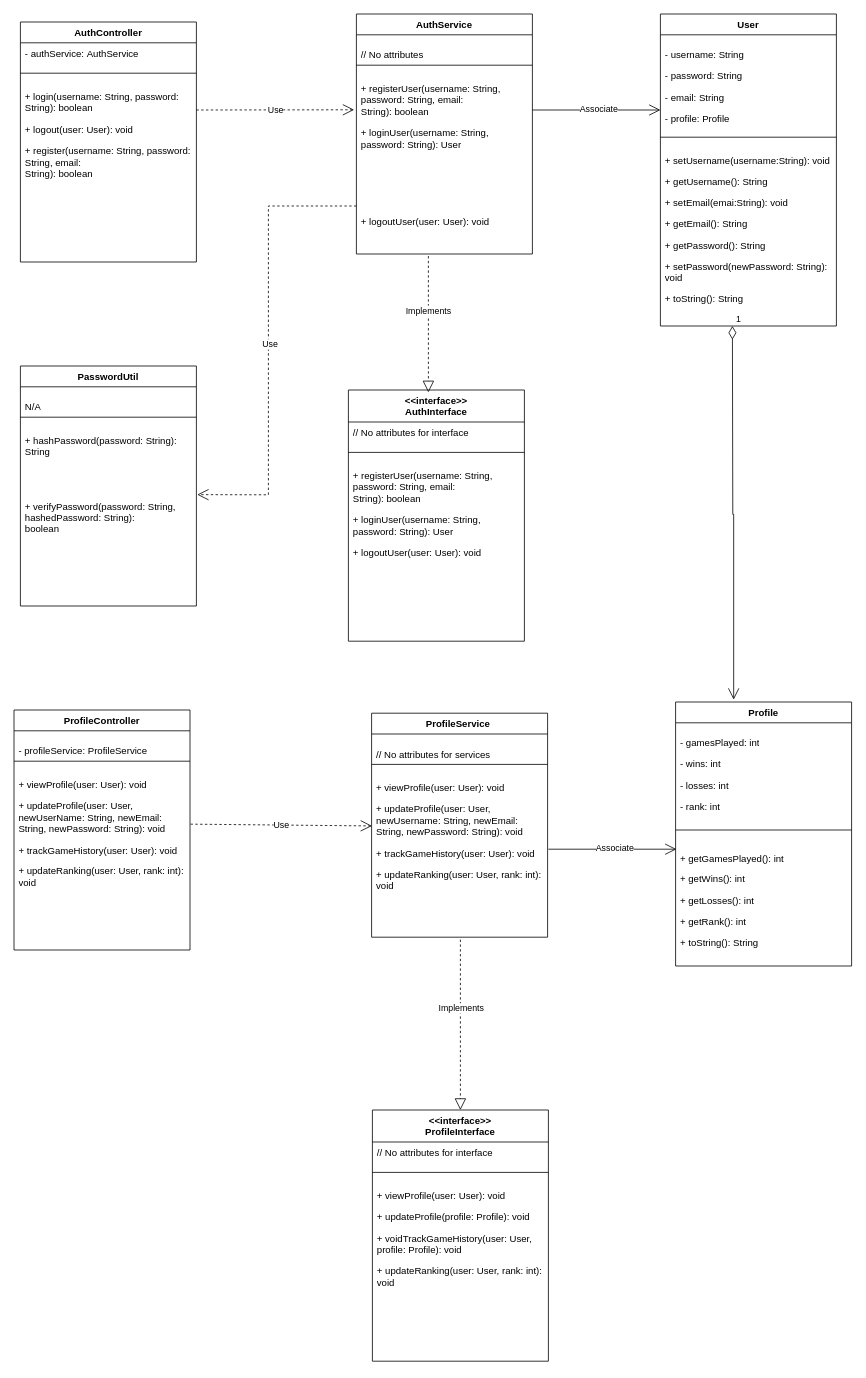
aeMyst/Minigame-Portal keeps this draw.io diagram as src/ca/ucalgary/seng300/Authentication/Authentication_Class_Diagram.drawio. Above is the earlier version. Source tidied: cells renumbered, new cells numbered last; positions are measured from the earlier drawing's top-left corner, leaving out a move shared by most shapes. Both pictures are drawn from the tidied source at 80%, with x=0, y=0 at pixel (14, 14).
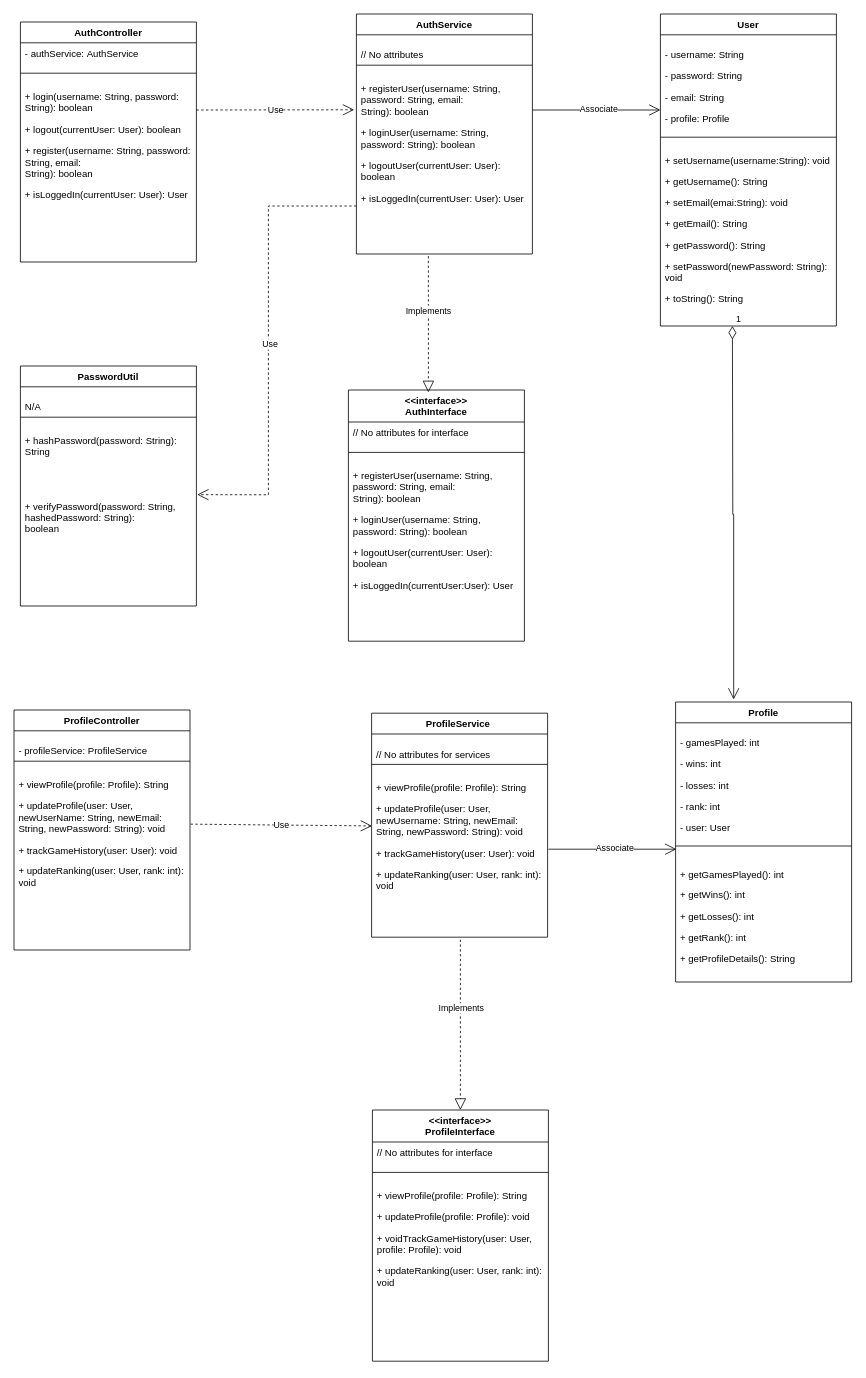
The same diagram, later.

Commit message (it also covers changes not shown here):
Fixed some code logic and updated the diagram to reflect the code

The change refers to these unchanged cells:
```xml
<mxCell id="2" value="AuthController" style="swimlane;fontStyle=1;align=center;verticalAlign=top;horizontal=1;startSize=26;whiteSpace=wrap;html=1;" parent="1" vertex="1">
  <mxGeometry x="8" y="10" width="220" height="300" as="geometry" />
</mxCell>
<mxCell id="6" value="ProfileController" style="swimlane;fontStyle=1;align=center;verticalAlign=top;horizontal=1;startSize=26;whiteSpace=wrap;html=1;" parent="1" vertex="1">
  <mxGeometry y="870" width="220" height="300" as="geometry" />
</mxCell>
<mxCell id="10" value="&lt;div&gt;&amp;lt;&amp;lt;interface&amp;gt;&amp;gt;&lt;/div&gt;AuthInterface" style="swimlane;fontStyle=1;align=center;verticalAlign=top;horizontal=1;startSize=40;whiteSpace=wrap;html=1;" parent="1" vertex="1">
  <mxGeometry x="418" y="470" width="220" height="314" as="geometry" />
</mxCell>
<mxCell id="14" value="&lt;div&gt;&amp;lt;&amp;lt;interface&amp;gt;&amp;gt;&lt;/div&gt;ProfileInterface" style="swimlane;fontStyle=1;align=center;verticalAlign=top;horizontal=1;startSize=40;whiteSpace=wrap;html=1;" parent="1" vertex="1">
  <mxGeometry x="448" y="1370" width="220" height="314" as="geometry" />
</mxCell>
<mxCell id="18" value="AuthService" style="swimlane;fontStyle=1;align=center;verticalAlign=top;horizontal=1;startSize=26;whiteSpace=wrap;html=1;" parent="1" vertex="1">
  <mxGeometry x="428" width="220" height="300" as="geometry" />
</mxCell>
<mxCell id="25" value="ProfileService&amp;nbsp;" style="swimlane;fontStyle=1;align=center;verticalAlign=top;horizontal=1;startSize=26;whiteSpace=wrap;html=1;" parent="1" vertex="1">
  <mxGeometry x="447" y="874" width="220" height="280" as="geometry" />
</mxCell>
```

The edit, as a diff of the source:
```diff
@@
-    <mxCell id="5" value="&lt;p class=&quot;MsoNormal&quot;&gt;+ login(username: String, password: String): boolean&lt;/p&gt;&lt;p class=&quot;MsoNormal&quot;&gt;+ logout(user: User): void&lt;/p&gt;&lt;p class=&quot;MsoNormal&quot;&gt;+ register(username: String, password: String, email:&lt;br&gt;String): boolean&lt;/p&gt;" style="text;strokeColor=none;fillColor=none;align=left;verticalAlign=top;spacingLeft=4;spacingRight=4;overflow=hidden;whiteSpace=wrap;html=1;" parent="2" vertex="1">
+    <mxCell id="5" value="&lt;p class=&quot;MsoNormal&quot;&gt;+ login(username: String, password: String): boolean&lt;/p&gt;&lt;p class=&quot;MsoNormal&quot;&gt;+ logout(currentUser: User): boolean&lt;/p&gt;&lt;p class=&quot;MsoNormal&quot;&gt;+ register(username: String, password: String, email:&lt;br&gt;String): boolean&lt;/p&gt;&lt;p class=&quot;MsoNormal&quot;&gt;+ isLoggedIn(currentUser: User): User&lt;/p&gt;" style="text;strokeColor=none;fillColor=none;align=left;verticalAlign=top;spacingLeft=4;spacingRight=4;overflow=hidden;whiteSpace=wrap;html=1;" parent="2" vertex="1">
       <mxGeometry y="68" width="220" height="232" as="geometry" />
     </mxCell>
@@
-    <mxCell id="9" value="&lt;p class=&quot;MsoNormal&quot;&gt;+ viewProfile(user: User): void&lt;/p&gt;&lt;p class=&quot;MsoNormal&quot;&gt;&lt;span style=&quot;background-color: initial;&quot;&gt;+ updateProfile(user: User, newUserName: String, newEmail: String, newPassword: String): void&lt;/span&gt;&lt;/p&gt;&lt;p class=&quot;MsoNormal&quot;&gt;&lt;span style=&quot;background-color: initial;&quot;&gt;+&amp;nbsp;&lt;/span&gt;&lt;span style=&quot;background-color: initial;&quot;&gt;trackGameHistory(user: User): void&lt;/span&gt;&lt;/p&gt;&lt;p class=&quot;MsoNormal&quot;&gt;&lt;span style=&quot;background-color: initial;&quot;&gt;+ updateRanking(user: User, rank: int): void&lt;/span&gt;&lt;/p&gt;" style="text;strokeColor=none;fillColor=none;align=left;verticalAlign=top;spacingLeft=4;spacingRight=4;overflow=hidden;points=[[0,0.5],[1,0.5]];portConstraint=eastwest;whiteSpace=wrap;html=1;" parent="6" vertex="1">
+    <mxCell id="9" value="&lt;p class=&quot;MsoNormal&quot;&gt;+ viewProfile(profile: Profile): String&lt;/p&gt;&lt;p class=&quot;MsoNormal&quot;&gt;&lt;span style=&quot;background-color: initial;&quot;&gt;+ updateProfile(user: User, newUserName: String, newEmail: String, newPassword: String): void&lt;/span&gt;&lt;/p&gt;&lt;p class=&quot;MsoNormal&quot;&gt;&lt;span style=&quot;background-color: initial;&quot;&gt;+&amp;nbsp;&lt;/span&gt;&lt;span style=&quot;background-color: initial;&quot;&gt;trackGameHistory(user: User): void&lt;/span&gt;&lt;/p&gt;&lt;p class=&quot;MsoNormal&quot;&gt;&lt;span style=&quot;background-color: initial;&quot;&gt;+ updateRanking(user: User, rank: int): void&lt;/span&gt;&lt;/p&gt;" style="text;strokeColor=none;fillColor=none;align=left;verticalAlign=top;spacingLeft=4;spacingRight=4;overflow=hidden;points=[[0,0.5],[1,0.5]];portConstraint=eastwest;whiteSpace=wrap;html=1;" parent="6" vertex="1">
       <mxGeometry y="68" width="220" height="232" as="geometry" />
     </mxCell>
@@
-    <mxCell id="13" value="&lt;p class=&quot;MsoNormal&quot;&gt;+ registerUser(username: String, password: String, email:&lt;br&gt;String): boolean&lt;/p&gt;&lt;p class=&quot;MsoNormal&quot;&gt;+ loginUser(username: String, password: String): User&lt;/p&gt;&lt;p class=&quot;MsoNormal&quot;&gt;+ logoutUser(user: User): void&lt;/p&gt;" style="text;strokeColor=none;fillColor=none;align=left;verticalAlign=top;spacingLeft=4;spacingRight=4;overflow=hidden;whiteSpace=wrap;html=1;" parent="10" vertex="1">
+    <mxCell id="13" value="&lt;p class=&quot;MsoNormal&quot;&gt;+ registerUser(username: String, password: String, email:&lt;br&gt;String): boolean&lt;/p&gt;&lt;p class=&quot;MsoNormal&quot;&gt;+ loginUser(username: String, password: String): boolean&lt;/p&gt;&lt;p class=&quot;MsoNormal&quot;&gt;+ logoutUser(currentUser: User): boolean&lt;/p&gt;&lt;p class=&quot;MsoNormal&quot;&gt;+ isLoggedIn(currentUser:User): User&lt;/p&gt;" style="text;strokeColor=none;fillColor=none;align=left;verticalAlign=top;spacingLeft=4;spacingRight=4;overflow=hidden;whiteSpace=wrap;html=1;" parent="10" vertex="1">
       <mxGeometry y="82" width="220" height="232" as="geometry" />
     </mxCell>
@@
-    <mxCell id="17" value="&lt;p class=&quot;MsoNormal&quot;&gt;+ viewProfile(user: User): void&lt;/p&gt;&lt;p class=&quot;MsoNormal&quot;&gt;&lt;span style=&quot;background-color: initial;&quot;&gt;+ updateProfile(profile: Profile): void&lt;/span&gt;&lt;/p&gt;&lt;p class=&quot;MsoNormal&quot;&gt;+ voidTrackGameHistory(user: User, profile: Profile): void&lt;/p&gt;&lt;p class=&quot;MsoNormal&quot;&gt;+ updateRanking(user: User, rank: int): void&lt;/p&gt;" style="text;strokeColor=none;fillColor=none;align=left;verticalAlign=top;spacingLeft=4;spacingRight=4;overflow=hidden;whiteSpace=wrap;html=1;" parent="14" vertex="1">
+    <mxCell id="17" value="&lt;p class=&quot;MsoNormal&quot;&gt;+ viewProfile(profile: Profile): String&lt;/p&gt;&lt;p class=&quot;MsoNormal&quot;&gt;&lt;span style=&quot;background-color: initial;&quot;&gt;+ updateProfile(profile: Profile): void&lt;/span&gt;&lt;/p&gt;&lt;p class=&quot;MsoNormal&quot;&gt;+ voidTrackGameHistory(user: User, profile: Profile): void&lt;/p&gt;&lt;p class=&quot;MsoNormal&quot;&gt;+ updateRanking(user: User, rank: int): void&lt;/p&gt;" style="text;strokeColor=none;fillColor=none;align=left;verticalAlign=top;spacingLeft=4;spacingRight=4;overflow=hidden;whiteSpace=wrap;html=1;" parent="14" vertex="1">
       <mxGeometry y="82" width="220" height="232" as="geometry" />
     </mxCell>
@@
-    <mxCell id="21" value="&lt;p class=&quot;MsoNormal&quot;&gt;+ registerUser(username: String, password: String, email:&lt;br/&gt;String): boolean&lt;/p&gt;&lt;p class=&quot;MsoNormal&quot;&gt;+ loginUser(username: String, password: String): User&lt;/p&gt;&lt;p class=&quot;MsoNormal&quot;&gt;&lt;br/&gt;&lt;br/&gt;&lt;br/&gt;&lt;br/&gt;&lt;/p&gt;&lt;p class=&quot;MsoNormal&quot;&gt;+ logoutUser(user: User): void&lt;/p&gt;" style="text;strokeColor=none;fillColor=none;align=left;verticalAlign=top;spacingLeft=4;spacingRight=4;overflow=hidden;points=[[0,0.5],[1,0.5]];portConstraint=eastwest;whiteSpace=wrap;html=1;" parent="18" vertex="1">
+    <mxCell id="21" value="&lt;p class=&quot;MsoNormal&quot;&gt;+ registerUser(username: String, password: String, email:&lt;br&gt;String): boolean&lt;/p&gt;&lt;p class=&quot;MsoNormal&quot;&gt;+ loginUser(username: String, password: String): boolean&lt;/p&gt;&lt;p class=&quot;MsoNormal&quot;&gt;&lt;span style=&quot;background-color: initial;&quot;&gt;+ logoutUser(currentUser: User): boolean&lt;/span&gt;&lt;/p&gt;&lt;p class=&quot;MsoNormal&quot;&gt;&lt;span style=&quot;background-color: initial;&quot;&gt;+ isLoggedIn(currentUser: User): User&lt;/span&gt;&lt;/p&gt;" style="text;strokeColor=none;fillColor=none;align=left;verticalAlign=top;spacingLeft=4;spacingRight=4;overflow=hidden;points=[[0,0.5],[1,0.5]];portConstraint=eastwest;whiteSpace=wrap;html=1;" parent="18" vertex="1">
       <mxGeometry y="68" width="220" height="232" as="geometry" />
     </mxCell>
@@
-    <mxCell id="28" value="&lt;p class=&quot;MsoNormal&quot;&gt;+ viewProfile(user: User): void&lt;/p&gt;&lt;p class=&quot;MsoNormal&quot;&gt;&lt;span style=&quot;background-color: initial;&quot;&gt;+ updateProfile(user: User, newUsername: String, newEmail: String, newPassword: String): void&lt;/span&gt;&lt;/p&gt;&lt;p class=&quot;MsoNormal&quot;&gt;&lt;span style=&quot;background-color: initial;&quot;&gt;+ trackGameHistory(user: User): void&lt;/span&gt;&lt;/p&gt;&lt;p class=&quot;MsoNormal&quot;&gt;&lt;span style=&quot;background-color: initial;&quot;&gt;+ updateRanking(user: User, rank: int): void&lt;/span&gt;&lt;/p&gt;" style="text;strokeColor=none;fillColor=none;align=left;verticalAlign=top;spacingLeft=4;spacingRight=4;overflow=hidden;points=[[0,0.5],[1,0.5]];portConstraint=eastwest;whiteSpace=wrap;html=1;" parent="25" vertex="1">
+    <mxCell id="28" value="&lt;p class=&quot;MsoNormal&quot;&gt;+ viewProfile(profile: Profile): String&lt;/p&gt;&lt;p class=&quot;MsoNormal&quot;&gt;&lt;span style=&quot;background-color: initial;&quot;&gt;+ updateProfile(user: User, newUsername: String, newEmail: String, newPassword: String): void&lt;/span&gt;&lt;/p&gt;&lt;p class=&quot;MsoNormal&quot;&gt;&lt;span style=&quot;background-color: initial;&quot;&gt;+ trackGameHistory(user: User): void&lt;/span&gt;&lt;/p&gt;&lt;p class=&quot;MsoNormal&quot;&gt;&lt;span style=&quot;background-color: initial;&quot;&gt;+ updateRanking(user: User, rank: int): void&lt;/span&gt;&lt;/p&gt;" style="text;strokeColor=none;fillColor=none;align=left;verticalAlign=top;spacingLeft=4;spacingRight=4;overflow=hidden;points=[[0,0.5],[1,0.5]];portConstraint=eastwest;whiteSpace=wrap;html=1;" parent="25" vertex="1">
       <mxGeometry y="68" width="220" height="212" as="geometry" />
     </mxCell>
@@
     <mxCell id="33" value="Profile" style="swimlane;fontStyle=1;align=center;verticalAlign=top;horizontal=1;startSize=26;whiteSpace=wrap;html=1;" parent="1" vertex="1">
-      <mxGeometry x="827" y="860" width="220" height="330" as="geometry" />
+      <mxGeometry x="827" y="860" width="220" height="350" as="geometry" />
     </mxCell>
-    <mxCell id="34" value="&lt;p class=&quot;MsoNormal&quot;&gt;&lt;span style=&quot;background-color: initial;&quot;&gt;- gamesPlayed: int&lt;/span&gt;&lt;/p&gt;&lt;p class=&quot;MsoNormal&quot;&gt;- wins: int&lt;/p&gt;&lt;p class=&quot;MsoNormal&quot;&gt;- losses: int&lt;/p&gt;&lt;p class=&quot;MsoNormal&quot;&gt;- rank: int&lt;/p&gt;" style="text;strokeColor=none;fillColor=none;align=left;verticalAlign=top;spacingLeft=4;spacingRight=4;overflow=hidden;whiteSpace=wrap;html=1;" parent="33" vertex="1">
-      <mxGeometry y="26" width="220" height="124" as="geometry" />
+    <mxCell id="34" value="&lt;p class=&quot;MsoNormal&quot;&gt;&lt;span style=&quot;background-color: initial;&quot;&gt;- gamesPlayed: int&lt;/span&gt;&lt;/p&gt;&lt;p class=&quot;MsoNormal&quot;&gt;- wins: int&lt;/p&gt;&lt;p class=&quot;MsoNormal&quot;&gt;- losses: int&lt;/p&gt;&lt;p class=&quot;MsoNormal&quot;&gt;- rank: int&lt;/p&gt;&lt;p class=&quot;MsoNormal&quot;&gt;- user: User&lt;/p&gt;" style="text;strokeColor=none;fillColor=none;align=left;verticalAlign=top;spacingLeft=4;spacingRight=4;overflow=hidden;whiteSpace=wrap;html=1;" parent="33" vertex="1">
+      <mxGeometry y="26" width="220" height="144" as="geometry" />
     </mxCell>
     <mxCell id="35" style="line;strokeWidth=1;fillColor=none;align=left;verticalAlign=middle;spacingTop=-1;spacingLeft=3;spacingRight=3;labelPosition=right;strokeColor=inherit;" parent="33" vertex="1">
-      <mxGeometry y="150" width="220" height="20" as="geometry" />
+      <mxGeometry y="170" width="220" height="20" as="geometry" />
     </mxCell>
-    <mxCell id="36" value="&lt;p class=&quot;MsoNormal&quot;&gt;&lt;span style=&quot;background-color: initial;&quot;&gt;+ getGamesPlayed(): int&lt;/span&gt;&lt;/p&gt;&lt;p class=&quot;MsoNormal&quot;&gt;+ getWins(): int&lt;/p&gt;&lt;p class=&quot;MsoNormal&quot;&gt;+ getLosses(): int&lt;/p&gt;&lt;p class=&quot;MsoNormal&quot;&gt;+ getRank(): int&lt;/p&gt;&lt;p class=&quot;MsoNormal&quot;&gt;+ toString(): String&lt;/p&gt;" style="text;strokeColor=none;fillColor=none;align=left;verticalAlign=top;spacingLeft=4;spacingRight=4;overflow=hidden;whiteSpace=wrap;html=1;" parent="33" vertex="1">
-      <mxGeometry y="170" width="220" height="160" as="geometry" />
+    <mxCell id="36" value="&lt;p class=&quot;MsoNormal&quot;&gt;&lt;span style=&quot;background-color: initial;&quot;&gt;+ getGamesPlayed(): int&lt;/span&gt;&lt;/p&gt;&lt;p class=&quot;MsoNormal&quot;&gt;+ getWins(): int&lt;/p&gt;&lt;p class=&quot;MsoNormal&quot;&gt;+ getLosses(): int&lt;/p&gt;&lt;p class=&quot;MsoNormal&quot;&gt;+ getRank(): int&lt;/p&gt;&lt;p class=&quot;MsoNormal&quot;&gt;+ getProfileDetails(): String&lt;/p&gt;" style="text;strokeColor=none;fillColor=none;align=left;verticalAlign=top;spacingLeft=4;spacingRight=4;overflow=hidden;whiteSpace=wrap;html=1;" parent="33" vertex="1">
+      <mxGeometry y="190" width="220" height="160" as="geometry" />
     </mxCell>
```
